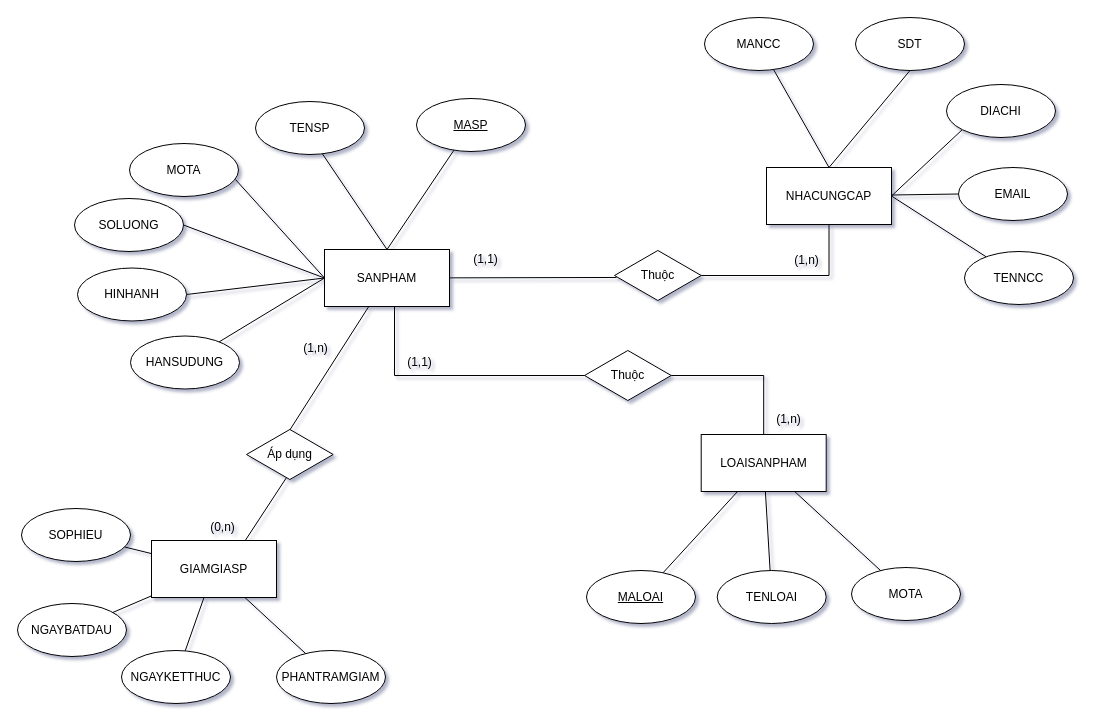
Before: Quanlysanpham_thongke/Quản lý sản phẩm/ERD/Untitled Diagram.drawio in VoHoangDai/CNPM, a draw.io diagram. Source tidied: cells renumbered, new cells numbered last; positions are measured from the earlier drawing's top-left corner, leaving out a move shared by most shapes. Both pictures are drawn from the tidied source at 100%, with x=0, y=0 at pixel (17, 17).
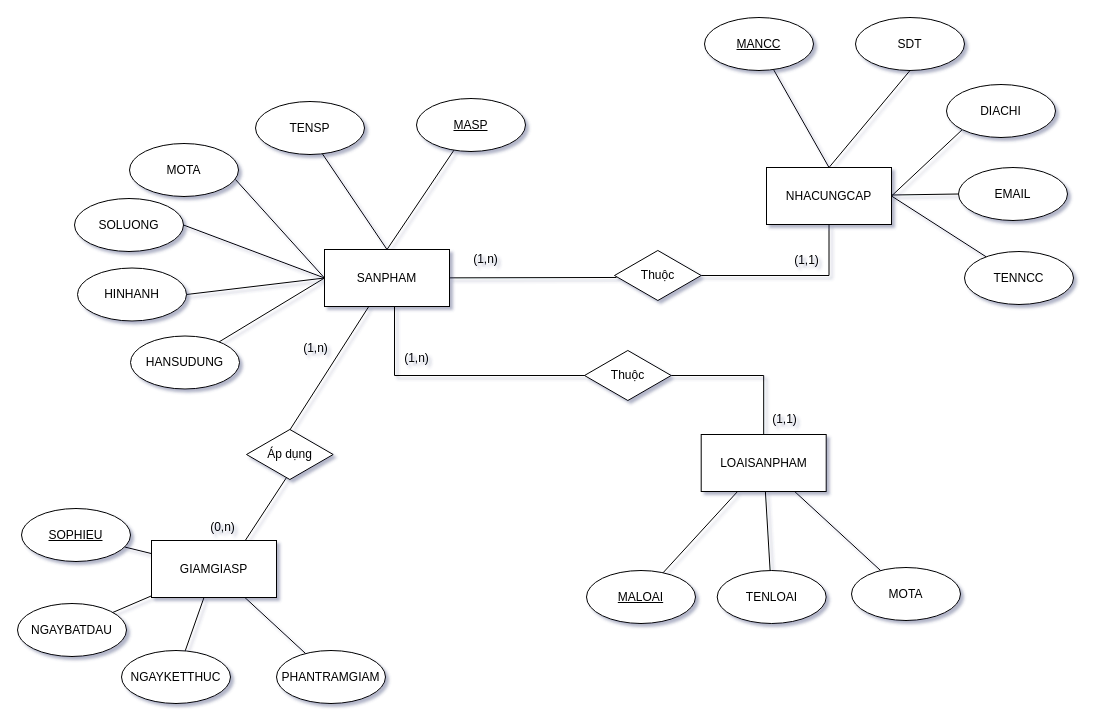
The same diagram, later.

What changed in the source:
```diff
@@
-    <mxCell id="27" value="MANCC" style="ellipse;whiteSpace=wrap;html=1;" parent="1" vertex="1">
+    <mxCell id="27" value="&lt;u&gt;MANCC&lt;/u&gt;" style="ellipse;whiteSpace=wrap;html=1;" parent="1" vertex="1">
       <mxGeometry x="687" width="109" height="53" as="geometry" />
     </mxCell>
@@
-    <mxCell id="40" value="(1,n)" style="text;html=1;align=center;verticalAlign=middle;strokeColor=none;fillColor=none;" parent="1" vertex="1">
+    <mxCell id="40" value="(1,1)" style="text;html=1;align=center;verticalAlign=middle;strokeColor=none;fillColor=none;" parent="1" vertex="1">
       <mxGeometry x="771" y="234" width="35" height="18" as="geometry" />
     </mxCell>
-    <mxCell id="41" value="(1,1)" style="text;html=1;align=center;verticalAlign=middle;strokeColor=none;fillColor=none;" parent="1" vertex="1">
+    <mxCell id="41" value="(1,n)" style="text;html=1;align=center;verticalAlign=middle;strokeColor=none;fillColor=none;" parent="1" vertex="1">
       <mxGeometry x="450" y="232.5" width="35" height="18" as="geometry" />
     </mxCell>
     <mxCell id="42" value="(1,1)" style="text;html=1;align=center;verticalAlign=middle;strokeColor=none;fillColor=none;" parent="1" vertex="1">
-      <mxGeometry x="384" y="336" width="35" height="18" as="geometry" />
+      <mxGeometry x="749" y="393" width="35" height="18" as="geometry" />
     </mxCell>
     <mxCell id="43" value="(1,n)" style="text;html=1;align=center;verticalAlign=middle;strokeColor=none;fillColor=none;" parent="1" vertex="1">
-      <mxGeometry x="753" y="393" width="35" height="18" as="geometry" />
+      <mxGeometry x="381" y="332" width="35" height="18" as="geometry" />
     </mxCell>
@@
-    <mxCell id="52" value="SOPHIEU" style="ellipse;whiteSpace=wrap;html=1;" parent="1" vertex="1">
+    <mxCell id="52" value="&lt;u&gt;SOPHIEU&lt;/u&gt;" style="ellipse;whiteSpace=wrap;html=1;" parent="1" vertex="1">
       <mxGeometry x="4" y="491" width="109" height="53" as="geometry" />
     </mxCell>
```
